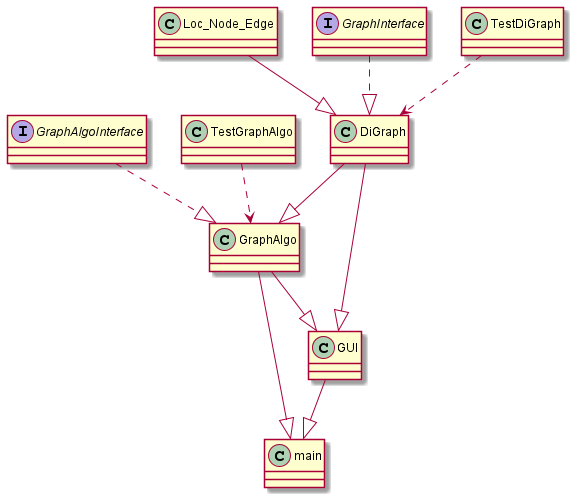
haimgoldfisher/OOP_Ex3 keeps this PlantUML diagram as pics/diagram.png. Above is the earlier version.
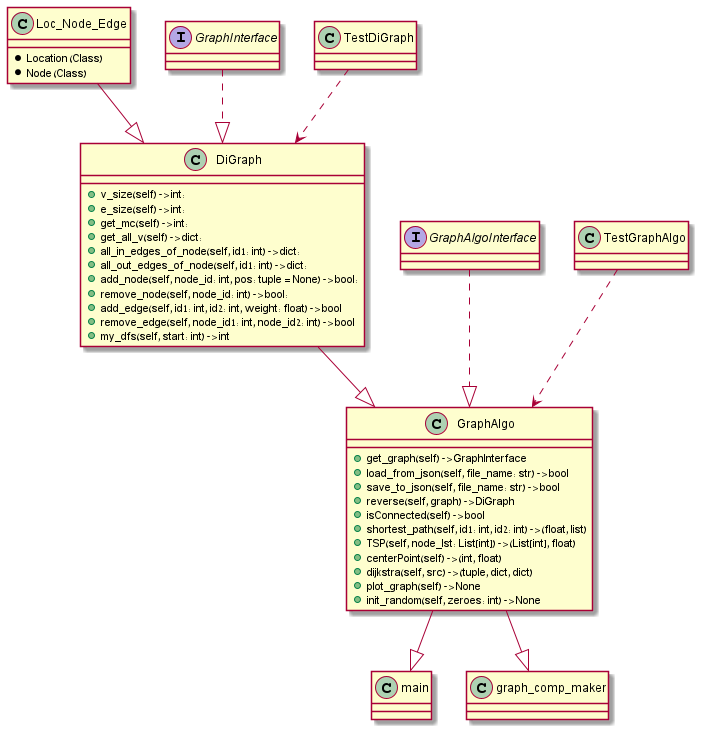
The same diagram one commit later.

Change to the diagram source:
```diff
@@ -2,7 +2,8 @@
 
 class Loc_Node_Edge
 {
-
+    * Location (Class)
+    * Node (Class)
 }
 
 interface GraphInterface
@@ -12,7 +13,17 @@
 
 class DiGraph
 {
-
+    + v_size(self) -> int:
+    + e_size(self) -> int:
+    + get_mc(self) -> int:
+    + get_all_v(self) -> dict:
+    + all_in_edges_of_node(self, id1: int) -> dict:
+    + all_out_edges_of_node(self, id1: int) -> dict:
+    + add_node(self, node_id: int, pos: tuple = None) -> bool:
+    + remove_node(self, node_id: int) -> bool:
+    + add_edge(self, id1: int, id2: int, weight: float) -> bool
+    + remove_edge(self, node_id1: int, node_id2: int) -> bool
+    + my_dfs(self, start: int) -> int
 }
 
 class TestDiGraph
@@ -27,7 +38,17 @@
 
 class GraphAlgo
 {
-
+    + get_graph(self) -> GraphInterface
+    + load_from_json(self, file_name: str) -> bool
+    + save_to_json(self, file_name: str) -> bool
+    + reverse(self, graph) -> DiGraph
+    + isConnected(self) -> bool
+    + shortest_path(self, id1: int, id2: int) -> (float, list)
+    + TSP(self, node_lst: List[int]) -> (List[int], float)
+    + centerPoint(self) -> (int, float)
+    + dijkstra(self, src) -> (tuple, dict, dict)
+    + plot_graph(self) -> None
+    + init_random(self, zeroes: int) -> None
 }
 
 class TestGraphAlgo
@@ -35,12 +56,12 @@
 
 }
 
-class GUI
+class main
 {
 
 }
 
-class main
+class graph_comp_maker
 {
 
 }
@@ -52,8 +73,6 @@
 DiGraph --|> GraphAlgo
 TestGraphAlgo ..> GraphAlgo
 GraphAlgo --|> main
-DiGraph --|> GUI
-GraphAlgo --|> GUI
-GUI --|> main
+GraphAlgo --|> graph_comp_maker
 
 @enduml
```
